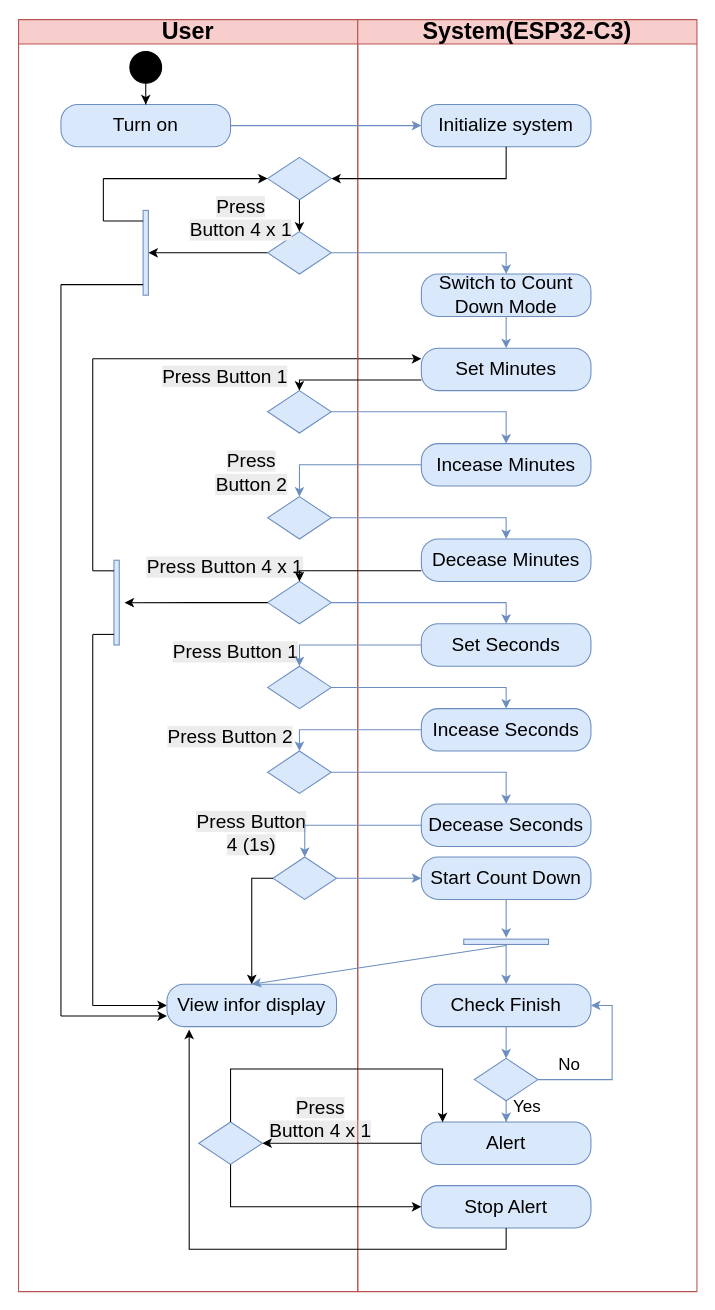
The draw.io diagram page "Activity Count Down Diagram" (12 of 17) of UML.drawio in 106210049/CK_RTOS, before the edit. Source tidied: cells renumbered, new cells numbered last; positions are measured from the earlier drawing's top-left corner, leaving out a move shared by most shapes. Both pictures are drawn from the tidied source at 106%, with x=0, y=0 at pixel (18, 19).
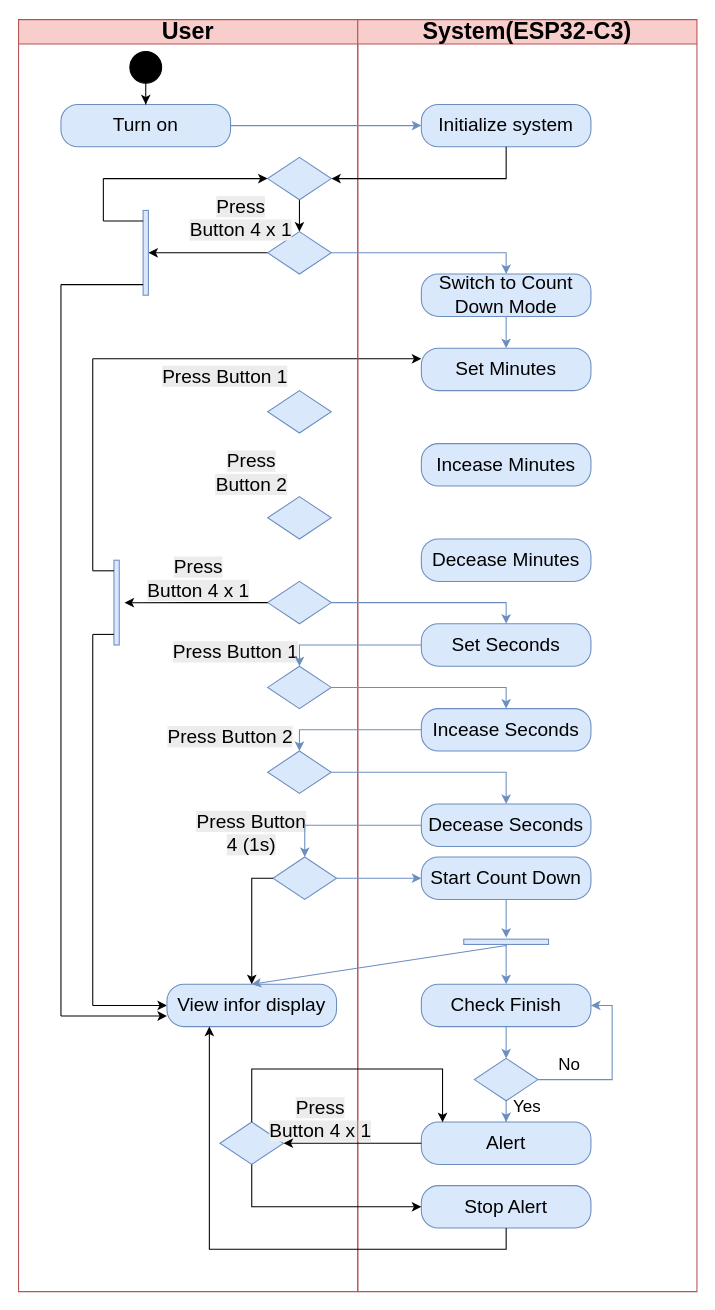
The same page after the edit.

The change refers to these unchanged cells:
```xml
<mxCell id="2" value="&lt;font style=&quot;font-size: 22px;&quot;&gt;User&lt;/font&gt;" style="swimlane;whiteSpace=wrap;html=1;fillColor=#f8cecc;strokeColor=#b85450;" parent="1" vertex="1">
  <mxGeometry width="320" height="1200" as="geometry" />
</mxCell>
<mxCell id="9" style="rhombus;whiteSpace=wrap;html=1;fillColor=#dae8fc;strokeColor=#6c8ebf;fontSize=18;" parent="2" vertex="1">
  <mxGeometry x="235" y="350" width="60" height="40" as="geometry" />
</mxCell>
<mxCell id="11" style="rhombus;whiteSpace=wrap;html=1;fillColor=#dae8fc;strokeColor=#6c8ebf;fontSize=18;" parent="2" vertex="1">
  <mxGeometry x="235" y="450" width="60" height="40" as="geometry" />
</mxCell>
<mxCell id="13" style="rhombus;whiteSpace=wrap;html=1;fillColor=#dae8fc;strokeColor=#6c8ebf;fontSize=18;" parent="2" vertex="1">
  <mxGeometry x="235" y="530" width="60" height="40" as="geometry" />
</mxCell>
<mxCell id="40" value="&lt;font style=&quot;font-size: 22px;&quot;&gt;System(ESP32-C3)&lt;/font&gt;" style="swimlane;whiteSpace=wrap;html=1;fillColor=#f8cecc;strokeColor=#b85450;" parent="1" vertex="1">
  <mxGeometry x="320" width="320" height="1200" as="geometry" />
</mxCell>
<mxCell id="44" value="View infor display" style="rounded=1;whiteSpace=wrap;html=1;arcSize=40;fillColor=#dae8fc;strokeColor=#6c8ebf;fontSize=18;" parent="40" vertex="1">
  <mxGeometry x="-180" y="910" width="160" height="40" as="geometry" />
</mxCell>
<mxCell id="45" value="&lt;font&gt;Decease Minutes&lt;/font&gt;" style="rounded=1;whiteSpace=wrap;html=1;arcSize=40;fillColor=#dae8fc;strokeColor=#6c8ebf;fontSize=18;" parent="40" vertex="1">
  <mxGeometry x="60" y="490" width="160" height="40" as="geometry" />
</mxCell>
<mxCell id="55" value="Alert" style="rounded=1;whiteSpace=wrap;html=1;arcSize=40;fillColor=#dae8fc;strokeColor=#6c8ebf;fontSize=18;" parent="40" vertex="1">
  <mxGeometry x="60" y="1040" width="160" height="40" as="geometry" />
</mxCell>
<mxCell id="59" value="Stop Alert" style="rounded=1;whiteSpace=wrap;html=1;arcSize=40;fillColor=#dae8fc;strokeColor=#6c8ebf;fontSize=18;" parent="40" vertex="1">
  <mxGeometry x="60" y="1100" width="160" height="40" as="geometry" />
</mxCell>
<mxCell id="63" value="&lt;font&gt;Incease Minutes&lt;/font&gt;" style="rounded=1;whiteSpace=wrap;html=1;arcSize=40;fillColor=#dae8fc;strokeColor=#6c8ebf;fontSize=18;" parent="40" vertex="1">
  <mxGeometry x="60" y="400" width="160" height="40" as="geometry" />
</mxCell>
<mxCell id="64" value="&lt;font&gt;Set Minutes&lt;/font&gt;" style="rounded=1;whiteSpace=wrap;html=1;arcSize=40;fillColor=#dae8fc;strokeColor=#6c8ebf;fontSize=18;" parent="40" vertex="1">
  <mxGeometry x="60" y="310" width="160" height="40" as="geometry" />
</mxCell>
```

What changed in the source:
```diff
@@
     <mxCell id="14" value="&lt;span style=&quot;color: rgb(0, 0, 0); font-family: Helvetica; font-size: 18px; font-style: normal; font-variant-ligatures: normal; font-variant-caps: normal; font-weight: 400; letter-spacing: normal; orphans: 2; text-indent: 0px; text-transform: none; widows: 2; word-spacing: 0px; -webkit-text-stroke-width: 0px; white-space: normal; background-color: rgb(236, 236, 236); text-decoration-thickness: initial; text-decoration-style: initial; text-decoration-color: initial; float: none; display: inline !important;&quot;&gt;Press Button 4 x 1&lt;/span&gt;" style="text;whiteSpace=wrap;html=1;align=center;" parent="2" vertex="1">
-      <mxGeometry x="120" y="500" width="150" height="40" as="geometry" />
+      <mxGeometry x="120" y="500" width="100" height="40" as="geometry" />
     </mxCell>
@@
     <mxCell id="21" style="rhombus;whiteSpace=wrap;html=1;fillColor=#dae8fc;strokeColor=#6c8ebf;fontSize=18;" parent="2" vertex="1">
-      <mxGeometry x="170" y="1040" width="60" height="40" as="geometry" />
+      <mxGeometry x="190" y="1040" width="60" height="40" as="geometry" />
     </mxCell>
@@
-    <mxCell id="65" style="edgeStyle=orthogonalEdgeStyle;rounded=0;jettySize=auto;html=1;exitX=0.5;exitY=1;exitDx=0;exitDy=0;entryX=0.131;entryY=1.071;entryDx=0;entryDy=0;entryPerimeter=0;" parent="40" edge="1" source="59" target="44">
-      <mxGeometry relative="1" as="geometry" />
+    <mxCell id="65" style="edgeStyle=orthogonalEdgeStyle;rounded=0;jettySize=auto;html=1;exitX=0.5;exitY=1;exitDx=0;exitDy=0;entryX=0.25;entryY=1;entryDx=0;entryDy=0;" parent="40" edge="1" source="59" target="44">
+      <mxGeometry relative="1" as="geometry">
+        <Array as="points">
+          <mxPoint x="140" y="1160" />
+          <mxPoint x="-140" y="1160" />
+        </Array>
+      </mxGeometry>
     </mxCell>
@@
-    <mxCell id="68" style="edgeStyle=orthogonalEdgeStyle;rounded=0;jettySize=auto;html=1;exitX=1;exitY=0.5;exitDx=0;exitDy=0;entryX=0.5;entryY=0;entryDx=0;entryDy=0;fillColor=#dae8fc;strokeColor=#6c8ebf;" parent="1" edge="1" source="9" target="63">
-      <mxGeometry relative="1" as="geometry" />
-    </mxCell>
-    <mxCell id="69" style="edgeStyle=orthogonalEdgeStyle;rounded=0;jettySize=auto;html=1;exitX=0;exitY=0.5;exitDx=0;exitDy=0;entryX=0.5;entryY=0;entryDx=0;entryDy=0;fillColor=#dae8fc;strokeColor=#6c8ebf;" parent="1" edge="1" source="63" target="11">
-      <mxGeometry relative="1" as="geometry" />
-    </mxCell>
-    <mxCell id="70" style="edgeStyle=orthogonalEdgeStyle;rounded=0;jettySize=auto;html=1;exitX=1;exitY=0.5;exitDx=0;exitDy=0;entryX=0.5;entryY=0;entryDx=0;entryDy=0;fillColor=#dae8fc;strokeColor=#6c8ebf;" parent="1" edge="1" source="11" target="45">
-      <mxGeometry relative="1" as="geometry" />
-    </mxCell>
@@
     <mxCell id="80" style="edgeStyle=orthogonalEdgeStyle;rounded=0;jettySize=auto;html=1;exitX=0.5;exitY=0;exitDx=0;exitDy=0;entryX=0.125;entryY=0.007;entryDx=0;entryDy=0;entryPerimeter=0;" parent="1" edge="1" source="21" target="55">
       <mxGeometry relative="1" as="geometry">
         <Array as="points">
-          <mxPoint x="200" y="990" />
+          <mxPoint x="220" y="990" />
           <mxPoint x="400" y="990" />
         </Array>
       </mxGeometry>
     </mxCell>
@@
-    <mxCell id="83" style="edgeStyle=orthogonalEdgeStyle;rounded=0;jettySize=auto;html=1;exitX=0;exitY=0.75;exitDx=0;exitDy=0;entryX=0.5;entryY=0;entryDx=0;entryDy=0;" parent="1" edge="1" source="45" target="13">
-      <mxGeometry relative="1" as="geometry">
-        <Array as="points">
-          <mxPoint x="265" y="520" />
-        </Array>
-      </mxGeometry>
-    </mxCell>
-    <mxCell id="84" style="edgeStyle=orthogonalEdgeStyle;rounded=0;jettySize=auto;html=1;exitX=0;exitY=0.75;exitDx=0;exitDy=0;entryX=0.5;entryY=0;entryDx=0;entryDy=0;" parent="1" edge="1" source="64" target="9">
-      <mxGeometry relative="1" as="geometry">
-        <Array as="points">
-          <mxPoint x="265" y="340" />
-        </Array>
-      </mxGeometry>
-    </mxCell>
```
